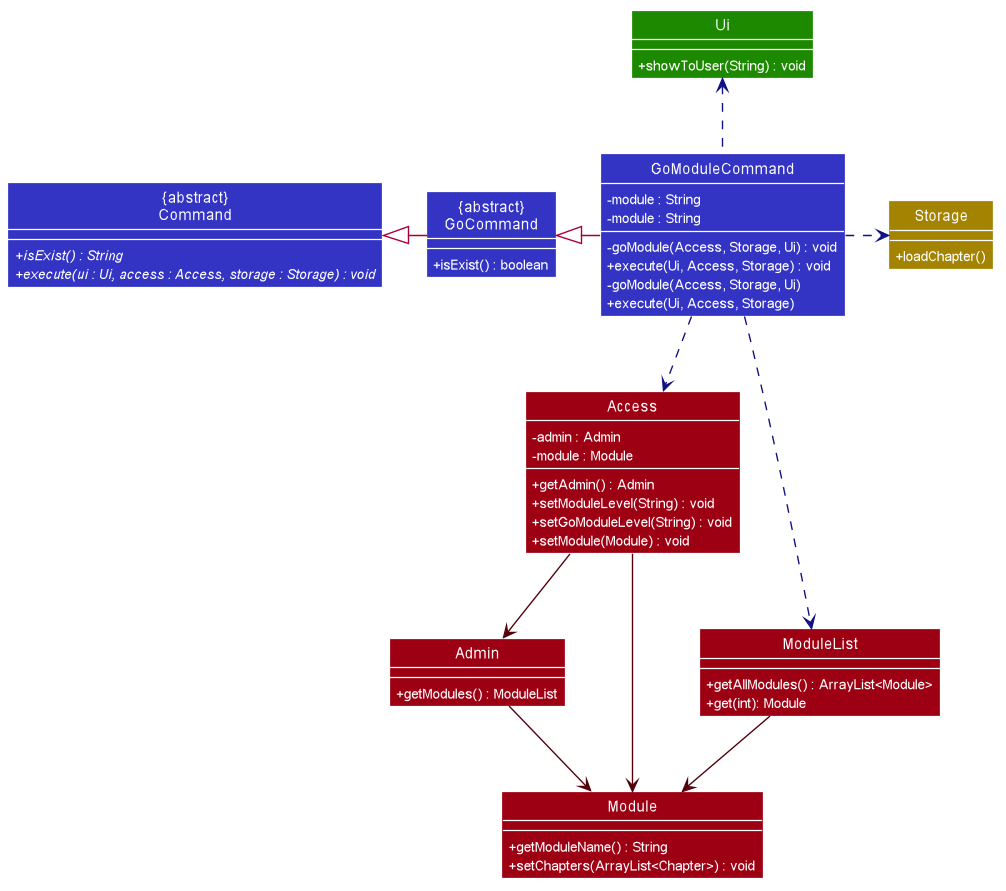
Earlier version of the PlantUML export docs/UML/AccessModuleCommandClass.png (nus-cs2113-AY2021S1/tp).
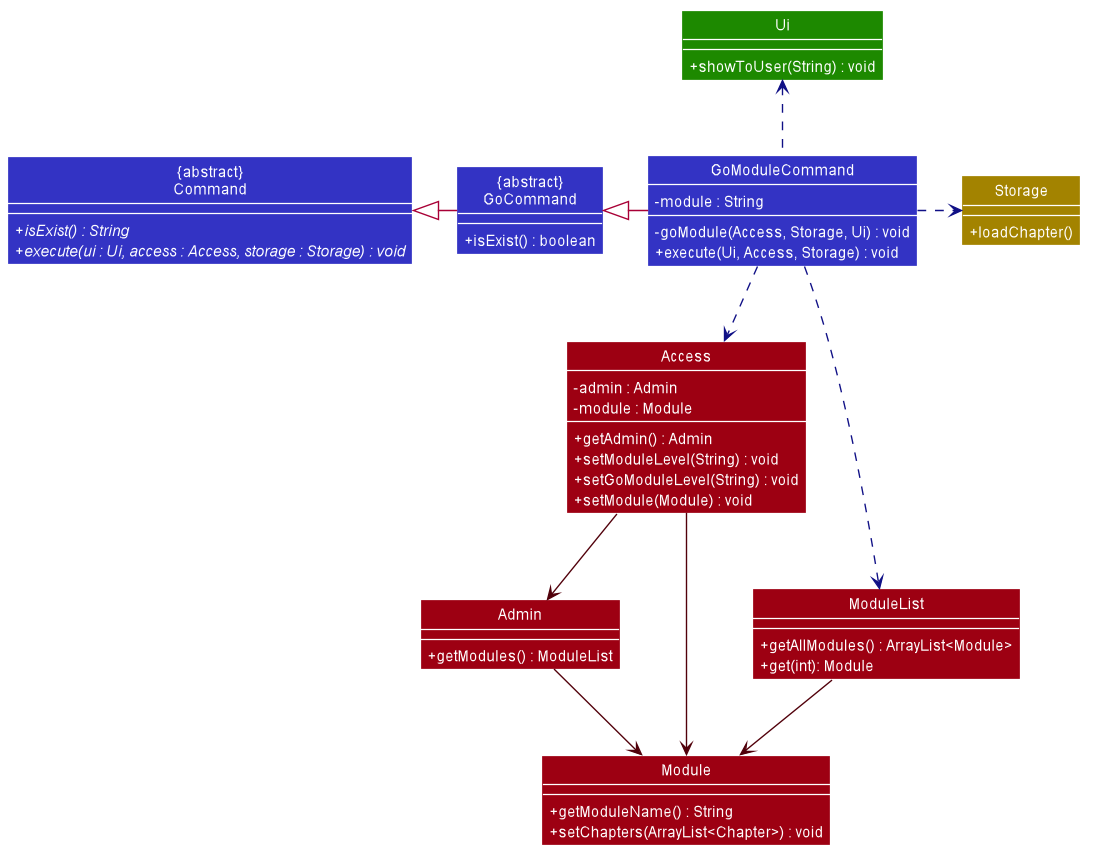
After the commit.

What changed in the source:
```diff
@@ -45,6 +45,7 @@
 skinparam packageStyle Rectangle
 skinparam classAttributeIconSize 0
 skinparam classAttributeFontColor white
+skinparam classAttributeFontSize 12
 
 hide footbox
 hide members
@@ -99,10 +100,6 @@
 }
 
 GoCommand <|-right- GoModuleCommand
-GoModuleCommand : - module : String
-GoModuleCommand : - goModule(Access, Storage, Ui)
-GoModuleCommand : + execute(Ui, Access, Storage)
-
 Command <|-right- GoCommand
 
 GoModuleCommand .down[#101086].> Access
```
